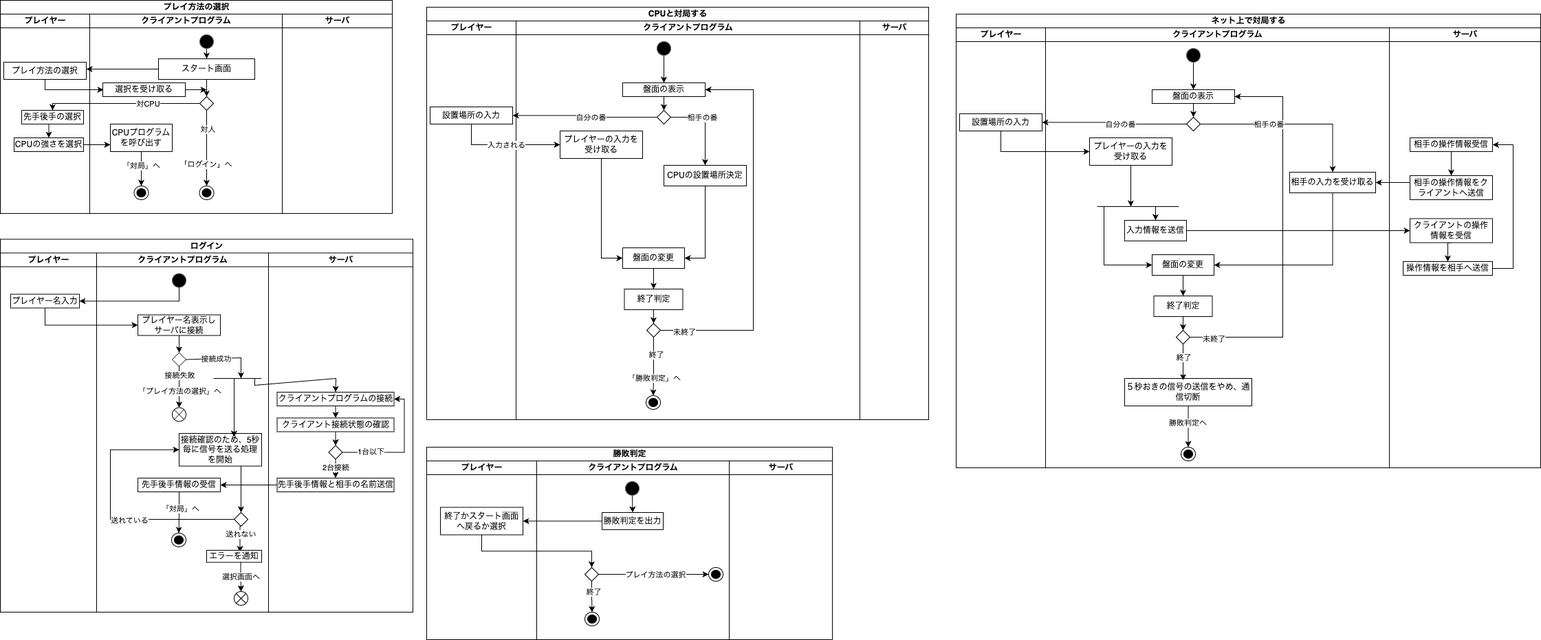
The draw.io diagram 要求仕様書/activity_client.png in ynuOthello2025-group9/YNU_Othello, before a commit. Source tidied: cells renumbered, new cells last; positions are measured from the earlier drawing's top-left corner, leaving out a move shared by most shapes.
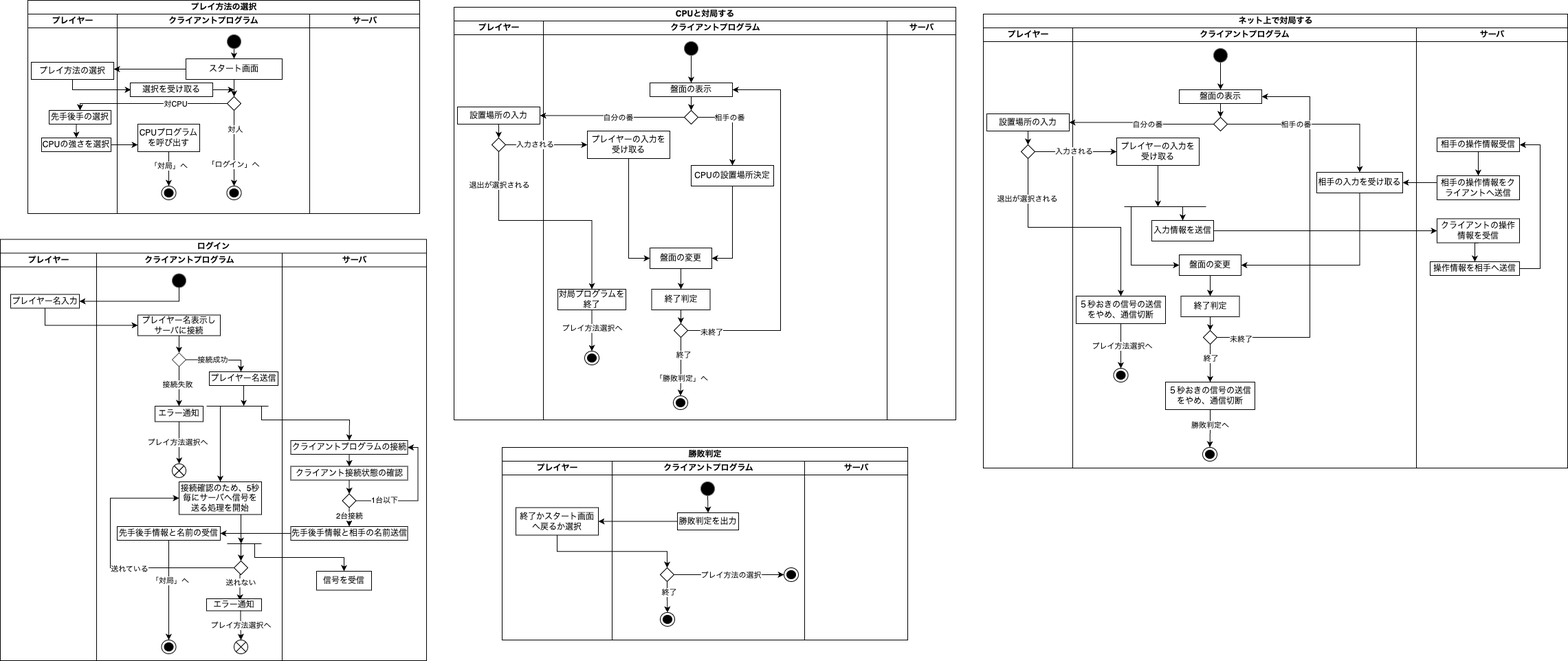
Later version of the same file.

Diff of the diagram source:
```diff
@@ -108,6 +108,6 @@
     <mxCell id="30" value="ログイン" style="swimlane;startSize=20;html=1;" parent="1" vertex="1">
-      <mxGeometry y="347.5" width="600" height="542.5" as="geometry" />
+      <mxGeometry x="-40" y="347.5" width="620" height="612.5" as="geometry" />
     </mxCell>
     <mxCell id="31" value="プレイヤー" style="swimlane;startSize=20;html=1;" parent="30" vertex="1">
-      <mxGeometry y="20" width="140" height="522.5" as="geometry" />
+      <mxGeometry y="20" width="140" height="592.5" as="geometry" />
     </mxCell>
@@ -117,3 +117,3 @@
     <mxCell id="33" value="クライアントプログラム" style="swimlane;startSize=20;html=1;" parent="30" vertex="1">
-      <mxGeometry x="140" y="20" width="250" height="522.5" as="geometry" />
+      <mxGeometry x="140" y="20" width="270" height="592.5" as="geometry" />
     </mxCell>
@@ -124,5 +124,11 @@
       <mxGeometry relative="1" as="geometry">
-        <mxPoint x="119.9" y="225" as="targetPoint" />
+        <mxPoint x="119.9" y="306.3" as="targetPoint" />
       </mxGeometry>
     </mxCell>
+    <mxCell id="171" style="edgeStyle=orthogonalEdgeStyle;rounded=0;jettySize=auto;html=1;exitX=0.5;exitY=1;exitDx=0;exitDy=0;entryX=0.5;entryY=0;entryDx=0;entryDy=0;" parent="33" edge="1" source="36" target="175">
+      <mxGeometry relative="1" as="geometry" />
+    </mxCell>
+    <mxCell id="43" value="接続失敗" style="edgeLabel;html=1;align=center;verticalAlign=middle;" parent="171" vertex="1">
+      <mxGeometry x="-0.09" y="-3" relative="1" as="geometry" />
+    </mxCell>
     <mxCell id="36" style="rhombus;whiteSpace=wrap;html=1;" parent="33" vertex="1">
@@ -142,19 +148,10 @@
     </mxCell>
-    <mxCell id="41" value="先手後手情報の受信" style="rounded=0;whiteSpace=wrap;html=1;" parent="33" vertex="1">
-      <mxGeometry x="60" y="327.5" width="120" height="20" as="geometry" />
+    <mxCell id="41" value="先手後手情報と名前の受信" style="rounded=0;whiteSpace=wrap;html=1;" parent="33" vertex="1">
+      <mxGeometry x="30" y="397.5" width="150" height="20" as="geometry" />
     </mxCell>
-    <mxCell id="42" style="edgeStyle=orthogonalEdgeStyle;rounded=0;jettySize=auto;html=1;exitX=0.5;exitY=1;exitDx=0;exitDy=0;" parent="33" edge="1" source="36" target="45">
-      <mxGeometry relative="1" as="geometry" />
-    </mxCell>
-    <mxCell id="43" value="接続失敗" style="edgeLabel;html=1;align=center;verticalAlign=middle;" parent="42" vertex="1">
-      <mxGeometry x="-0.58" relative="1" as="geometry" />
-    </mxCell>
-    <mxCell id="44" value="「プレイ方法の選択」へ" style="edgeLabel;html=1;align=center;verticalAlign=middle;" parent="42" vertex="1">
-      <mxGeometry x="0.21" relative="1" as="geometry" />
-    </mxCell>
     <mxCell id="45" style="verticalLabelPosition=bottom;verticalAlign=top;html=1;shape=mxgraph.flowchart.or;" parent="33" vertex="1">
-      <mxGeometry x="110" y="225" width="20" height="20" as="geometry" />
+      <mxGeometry x="110" y="306.3" width="20" height="20" as="geometry" />
     </mxCell>
     <mxCell id="46" style="ellipse;html=1;shape=endState;fillColor=#000000;strokeColor=#000000;" parent="33" vertex="1">
-      <mxGeometry x="109" y="407.5" width="21" height="20" as="geometry" />
+      <mxGeometry x="94.5" y="562.5" width="21" height="20" as="geometry" />
     </mxCell>
@@ -162,7 +159,12 @@
       <mxGeometry relative="1" as="geometry">
-        <mxPoint x="210.3" y="382.5" as="targetPoint" />
+        <mxPoint x="210.3" y="452.5" as="targetPoint" />
       </mxGeometry>
     </mxCell>
+    <mxCell id="172" style="edgeStyle=orthogonalEdgeStyle;rounded=0;jettySize=auto;html=1;exitX=0.75;exitY=1;exitDx=0;exitDy=0;" parent="33" edge="1" source="48">
+      <mxGeometry relative="1" as="geometry">
+        <mxPoint x="210.2" y="422.5" as="targetPoint" />
+      </mxGeometry>
+    </mxCell>
-    <mxCell id="48" value="接続確認のため、5秒毎に信号を送る処理を開始" style="rounded=0;whiteSpace=wrap;html=1;" parent="33" vertex="1">
-      <mxGeometry x="120" y="262.5" width="120" height="47.5" as="geometry" />
+    <mxCell id="48" value="接続確認のため、5秒毎にサーバへ信号を送る処理を開始" style="rounded=0;whiteSpace=wrap;html=1;" parent="33" vertex="1">
+      <mxGeometry x="120" y="332.5" width="120" height="47.5" as="geometry" />
     </mxCell>
@@ -171,4 +173,4 @@
         <Array as="points">
-          <mxPoint x="20" y="388" />
-          <mxPoint x="20" y="286" />
+          <mxPoint x="20" y="458" />
+          <mxPoint x="20" y="356" />
         </Array>
@@ -186,12 +188,9 @@
     <mxCell id="53" style="rhombus;whiteSpace=wrap;html=1;" parent="33" vertex="1">
-      <mxGeometry x="200" y="377.5" width="20" height="20" as="geometry" />
+      <mxGeometry x="200" y="447.5" width="20" height="20" as="geometry" />
     </mxCell>
-    <mxCell id="54" style="edgeStyle=orthogonalEdgeStyle;rounded=0;jettySize=auto;html=1;exitX=0.75;exitY=1;exitDx=0;exitDy=0;" parent="33" edge="1" source="48" target="53">
-      <mxGeometry relative="1" as="geometry" />
-    </mxCell>
-    <mxCell id="55" value="エラーを通知" style="rounded=0;whiteSpace=wrap;html=1;" parent="33" vertex="1">
-      <mxGeometry x="160" y="432.5" width="80" height="17.5" as="geometry" />
+    <mxCell id="55" value="エラー通知" style="rounded=0;whiteSpace=wrap;html=1;" parent="33" vertex="1">
+      <mxGeometry x="160" y="502.5" width="80" height="17.5" as="geometry" />
     </mxCell>
     <mxCell id="56" style="verticalLabelPosition=bottom;verticalAlign=top;html=1;shape=mxgraph.flowchart.or;" parent="33" vertex="1">
-      <mxGeometry x="200" y="492.5" width="20" height="20" as="geometry" />
+      <mxGeometry x="200" y="562.5" width="20" height="20" as="geometry" />
     </mxCell>
@@ -200,13 +199,38 @@
     </mxCell>
-    <mxCell id="58" value="選択画面へ" style="edgeLabel;html=1;align=center;verticalAlign=middle;" parent="57" vertex="1">
+    <mxCell id="58" value="プレイ方法選択へ" style="edgeLabel;html=1;align=center;verticalAlign=middle;" parent="57" vertex="1">
       <mxGeometry x="-0.05" relative="1" as="geometry" />
     </mxCell>
+    <mxCell id="169" style="endArrow=none;html=1;rounded=0;" parent="33" edge="1">
+      <mxGeometry relative="1" as="geometry">
+        <mxPoint x="160" y="222.5" as="sourcePoint" />
+        <mxPoint x="250" y="222.5" as="targetPoint" />
+      </mxGeometry>
+    </mxCell>
+    <mxCell id="173" style="edgeStyle=orthogonalEdgeStyle;rounded=0;jettySize=auto;html=1;exitX=0.5;exitY=1;exitDx=0;exitDy=0;" parent="33" edge="1" source="174">
+      <mxGeometry relative="1" as="geometry">
+        <mxPoint x="214.1" y="222.5" as="targetPoint" />
+      </mxGeometry>
+    </mxCell>
+    <mxCell id="174" value="プレイヤー名送信" style="rounded=0;whiteSpace=wrap;html=1;" parent="33" vertex="1">
+      <mxGeometry x="164" y="172.5" width="100" height="20" as="geometry" />
+    </mxCell>
+    <mxCell id="175" value="エラー通知" style="rounded=0;whiteSpace=wrap;html=1;" parent="33" vertex="1">
+      <mxGeometry x="85" y="222.5" width="70" height="22.5" as="geometry" />
+    </mxCell>
+    <mxCell id="176" style="edgeStyle=orthogonalEdgeStyle;rounded=0;jettySize=auto;html=1;exitX=0.5;exitY=1;exitDx=0;exitDy=0;entryX=0.5;entryY=0;entryDx=0;entryDy=0;entryPerimeter=0;" parent="33" edge="1" source="175" target="45">
+      <mxGeometry relative="1" as="geometry" />
+    </mxCell>
+    <mxCell id="177" value="プレイ方法選択へ" style="edgeLabel;html=1;align=center;verticalAlign=middle;" parent="176" vertex="1">
+      <mxGeometry x="-0.02" y="-3" relative="1" as="geometry" />
+    </mxCell>
     <mxCell id="59" value="サーバ" style="swimlane;startSize=20;html=1;" parent="30" vertex="1">
-      <mxGeometry x="390" y="20" width="210" height="522.5" as="geometry" />
+      <mxGeometry x="410" y="20" width="210" height="592.5" as="geometry" />
     </mxCell>
-    <mxCell id="60" style="edgeStyle=orthogonalEdgeStyle;rounded=0;jettySize=auto;html=1;exitX=0.5;exitY=1;exitDx=0;exitDy=0;entryX=0.5;entryY=0;entryDx=0;entryDy=0;" parent="59" edge="1" source="61" target="63">
-      <mxGeometry relative="1" as="geometry" />
+    <mxCell id="60" style="edgeStyle=orthogonalEdgeStyle;rounded=0;jettySize=auto;html=1;entryX=0.5;entryY=0;entryDx=0;entryDy=0;" parent="59" edge="1" target="63">
+      <mxGeometry relative="1" as="geometry">
+        <mxPoint x="100" y="282.5" as="sourcePoint" />
+      </mxGeometry>
     </mxCell>
     <mxCell id="61" value="クライアントプログラムの接続" style="rounded=0;whiteSpace=wrap;html=1;" parent="59" vertex="1">
-      <mxGeometry x="12.5" y="202.5" width="170" height="20" as="geometry" />
+      <mxGeometry x="12.5" y="272.5" width="170" height="20" as="geometry" />
     </mxCell>
@@ -216,3 +240,3 @@
     <mxCell id="63" value="クライアント接続状態の確認" style="rounded=0;whiteSpace=wrap;html=1;" parent="59" vertex="1">
-      <mxGeometry x="12.5" y="240" width="170" height="20" as="geometry" />
+      <mxGeometry x="12.5" y="310" width="170" height="20" as="geometry" />
     </mxCell>
@@ -221,4 +245,4 @@
         <Array as="points">
-          <mxPoint x="197.5" y="290.5" />
-          <mxPoint x="197.5" y="212.5" />
+          <mxPoint x="197.5" y="360.5" />
+          <mxPoint x="197.5" y="282.5" />
         </Array>
@@ -236,6 +260,6 @@
     <mxCell id="68" style="rhombus;whiteSpace=wrap;html=1;" parent="59" vertex="1">
-      <mxGeometry x="87.5" y="280" width="20" height="20" as="geometry" />
+      <mxGeometry x="87.5" y="350" width="20" height="20" as="geometry" />
     </mxCell>
     <mxCell id="69" value="先手後手情報と相手の名前送信" style="rounded=0;whiteSpace=wrap;html=1;" parent="59" vertex="1">
-      <mxGeometry x="12.5" y="327.5" width="170" height="20" as="geometry" />
+      <mxGeometry x="12.5" y="397.5" width="170" height="20" as="geometry" />
     </mxCell>
@@ -243,6 +267,6 @@
       <mxGeometry relative="1" as="geometry">
-        <mxPoint x="-20" y="182.5" as="sourcePoint" />
+        <mxPoint x="-30" y="222.5" as="sourcePoint" />
         <Array as="points">
-          <mxPoint x="-20" y="192.5" />
-          <mxPoint x="98" y="182.5" />
+          <mxPoint x="-30" y="242.5" />
+          <mxPoint x="98" y="242.5" />
         </Array>
@@ -250,2 +274,26 @@
     </mxCell>
+    <mxCell id="178" style="endArrow=none;html=1;rounded=0;" parent="59" edge="1">
+      <mxGeometry relative="1" as="geometry">
+        <mxPoint x="-80" y="422.5" as="sourcePoint" />
+        <mxPoint x="-30" y="422.5" as="targetPoint" />
+      </mxGeometry>
+    </mxCell>
+    <mxCell id="179" style="endArrow=classic;html=1;rounded=0;entryX=0.5;entryY=0;entryDx=0;entryDy=0;" parent="59" edge="1" target="53">
+      <mxGeometry relative="1" as="geometry">
+        <mxPoint x="-60" y="422.5" as="sourcePoint" />
+      </mxGeometry>
+    </mxCell>
+    <mxCell id="180" style="endArrow=classic;html=1;rounded=0;" parent="59" edge="1">
+      <mxGeometry relative="1" as="geometry">
+        <mxPoint x="-40" y="422.5" as="sourcePoint" />
+        <mxPoint x="90" y="462.5" as="targetPoint" />
+        <Array as="points">
+          <mxPoint x="-40" y="442.5" />
+          <mxPoint x="90" y="442.5" />
+        </Array>
+      </mxGeometry>
+    </mxCell>
+    <mxCell id="181" value="信号を受信" style="rounded=0;whiteSpace=wrap;html=1;" parent="59" vertex="1">
+      <mxGeometry x="50" y="462.5" width="80" height="27.5" as="geometry" />
+    </mxCell>
     <mxCell id="71" style="edgeStyle=orthogonalEdgeStyle;rounded=0;jettySize=auto;html=1;exitX=0.5;exitY=1;exitDx=0;exitDy=0;entryX=1;entryY=0.5;entryDx=0;entryDy=0;" parent="30" edge="1" source="34" target="32">
@@ -258,5 +306,5 @@
       <mxGeometry relative="1" as="geometry">
-        <mxPoint x="350" y="202.5" as="targetPoint" />
+        <mxPoint x="350" y="192.5" as="targetPoint" />
         <Array as="points">
-          <mxPoint x="350" y="172.5" />
+          <mxPoint x="350" y="175.5" />
         </Array>
@@ -276,2 +324,5 @@
     </mxCell>
+    <mxCell id="182" style="edgeStyle=orthogonalEdgeStyle;rounded=0;jettySize=auto;html=1;exitX=0.5;exitY=1;exitDx=0;exitDy=0;entryX=0.5;entryY=0;entryDx=0;entryDy=0;" parent="77" edge="1" source="78" target="183">
+      <mxGeometry relative="1" as="geometry" />
+    </mxCell>
     <mxCell id="78" value="設置場所の入力" style="rounded=0;whiteSpace=wrap;html=1;" parent="77" vertex="1">
@@ -279,2 +330,5 @@
     </mxCell>
+    <mxCell id="183" style="rhombus;whiteSpace=wrap;html=1;" parent="77" vertex="1">
+      <mxGeometry x="55" y="170" width="20" height="20" as="geometry" />
+    </mxCell>
     <mxCell id="79" value="クライアントプログラム" style="swimlane;startSize=20;html=1;" parent="76" vertex="1">
@@ -357,2 +411,14 @@
     </mxCell>
+    <mxCell id="184" style="ellipse;html=1;shape=endState;fillColor=#000000;strokeColor=#000000;" parent="79" vertex="1">
+      <mxGeometry x="60" y="480" width="21" height="20" as="geometry" />
+    </mxCell>
+    <mxCell id="185" style="edgeStyle=orthogonalEdgeStyle;rounded=0;jettySize=auto;html=1;exitX=0.5;exitY=1;exitDx=0;exitDy=0;entryX=0.5;entryY=0;entryDx=0;entryDy=0;" parent="79" edge="1" source="187" target="184">
+      <mxGeometry relative="1" as="geometry" />
+    </mxCell>
+    <mxCell id="186" value="プレイ方法選択へ" style="edgeLabel;html=1;align=center;verticalAlign=middle;" parent="185" vertex="1">
+      <mxGeometry x="-0.12" relative="1" as="geometry" />
+    </mxCell>
+    <mxCell id="187" value="対局プログラムを終了" style="rounded=0;whiteSpace=wrap;html=1;" parent="79" vertex="1">
+      <mxGeometry x="21" y="390" width="99" height="30" as="geometry" />
+    </mxCell>
     <mxCell id="102" value="サーバ" style="swimlane;startSize=20;html=1;" parent="76" vertex="1">
@@ -366,10 +432,18 @@
     </mxCell>
-    <mxCell id="105" style="edgeStyle=orthogonalEdgeStyle;rounded=0;jettySize=auto;html=1;exitX=0.5;exitY=1;exitDx=0;exitDy=0;entryX=0;entryY=0.5;entryDx=0;entryDy=0;" parent="76" edge="1" source="78" target="84">
-      <mxGeometry relative="1" as="geometry" />
-    </mxCell>
-    <mxCell id="106" value="入力される" style="edgeLabel;html=1;align=center;verticalAlign=middle;" parent="105" vertex="1">
-      <mxGeometry x="0.01" relative="1" as="geometry" />
-    </mxCell>
+    <mxCell id="188" style="edgeStyle=orthogonalEdgeStyle;rounded=0;jettySize=auto;html=1;exitX=1;exitY=0.5;exitDx=0;exitDy=0;entryX=0;entryY=0.5;entryDx=0;entryDy=0;" parent="76" edge="1" source="183" target="84">
+      <mxGeometry relative="1" as="geometry" />
+    </mxCell>
+    <mxCell id="189" value="入力される" style="edgeLabel;html=1;align=center;verticalAlign=middle;" parent="188" vertex="1">
+      <mxGeometry x="-0.29" y="1" relative="1" as="geometry" />
+    </mxCell>
+    <mxCell id="190" style="edgeStyle=orthogonalEdgeStyle;rounded=0;jettySize=auto;html=1;exitX=0.5;exitY=1;exitDx=0;exitDy=0;entryX=0.5;entryY=0;entryDx=0;entryDy=0;" parent="76" edge="1" source="183" target="187">
+      <mxGeometry relative="1" as="geometry" />
+    </mxCell>
+    <mxCell id="191" value="退出が選択される" style="edgeLabel;html=1;align=center;verticalAlign=middle;" parent="190" vertex="1">
+      <mxGeometry x="-0.72" relative="1" as="geometry">
+        <mxPoint y="1" as="offset" />
+      </mxGeometry>
+    </mxCell>
     <mxCell id="107" value="勝敗判定" style="swimlane;startSize=20;html=1;" parent="1" vertex="1">
-      <mxGeometry x="620" y="650" width="590" height="280" as="geometry" />
+      <mxGeometry x="690" y="650" width="590" height="280" as="geometry" />
     </mxCell>
@@ -429,2 +503,5 @@
     </mxCell>
+    <mxCell id="192" style="edgeStyle=orthogonalEdgeStyle;rounded=0;jettySize=auto;html=1;exitX=0.5;exitY=1;exitDx=0;exitDy=0;entryX=0.5;entryY=0;entryDx=0;entryDy=0;" parent="125" edge="1" source="126" target="193">
+      <mxGeometry relative="1" as="geometry" />
+    </mxCell>
     <mxCell id="126" value="設置場所の入力" style="rounded=0;whiteSpace=wrap;html=1;" parent="125" vertex="1">
@@ -432,2 +509,5 @@
     </mxCell>
+    <mxCell id="193" style="rhombus;whiteSpace=wrap;html=1;" parent="125" vertex="1">
+      <mxGeometry x="55" y="170" width="20" height="20" as="geometry" />
+    </mxCell>
     <mxCell id="127" value="クライアントプログラム" style="swimlane;startSize=20;html=1;" parent="124" vertex="1">
@@ -516,3 +596,3 @@
     <mxCell id="149" value="５秒おきの信号の送信をやめ、通信切断" style="rounded=0;whiteSpace=wrap;html=1;" parent="127" vertex="1">
-      <mxGeometry x="115" y="510" width="185" height="40" as="geometry" />
+      <mxGeometry x="135" y="515" width="130" height="40" as="geometry" />
     </mxCell>
@@ -522,3 +602,3 @@
     <mxCell id="151" style="ellipse;html=1;shape=endState;fillColor=#000000;strokeColor=#000000;" parent="127" vertex="1">
-      <mxGeometry x="197" y="610" width="21" height="20" as="geometry" />
+      <mxGeometry x="189" y="610" width="21" height="20" as="geometry" />
     </mxCell>
@@ -530,3 +610,3 @@
     </mxCell>
-    <mxCell id="154" style="edgeStyle=orthogonalEdgeStyle;rounded=0;jettySize=auto;html=1;exitX=0.5;exitY=1;exitDx=0;exitDy=0;entryX=0.459;entryY=0.067;entryDx=0;entryDy=0;entryPerimeter=0;" parent="127" edge="1" source="144" target="149">
+    <mxCell id="154" style="edgeStyle=orthogonalEdgeStyle;rounded=0;jettySize=auto;html=1;exitX=0.5;exitY=1;exitDx=0;exitDy=0;entryX=0.5;entryY=0;entryDx=0;entryDy=0;" parent="127" edge="1" source="144" target="149">
       <mxGeometry relative="1" as="geometry" />
@@ -538,2 +618,14 @@
     </mxCell>
+    <mxCell id="194" style="edgeStyle=orthogonalEdgeStyle;rounded=0;jettySize=auto;html=1;exitX=0.5;exitY=1;exitDx=0;exitDy=0;entryX=0.5;entryY=0;entryDx=0;entryDy=0;" parent="127" edge="1" source="196" target="197">
+      <mxGeometry relative="1" as="geometry" />
+    </mxCell>
+    <mxCell id="195" value="プレイ方法選択へ" style="edgeLabel;html=1;align=center;verticalAlign=middle;" parent="194" vertex="1">
+      <mxGeometry x="-0.02" y="1" relative="1" as="geometry" />
+    </mxCell>
+    <mxCell id="196" value="５秒おきの信号の送信をやめ、通信切断" style="rounded=0;whiteSpace=wrap;html=1;" parent="127" vertex="1">
+      <mxGeometry x="5" y="390" width="130" height="40" as="geometry" />
+    </mxCell>
+    <mxCell id="197" style="ellipse;html=1;shape=endState;fillColor=#000000;strokeColor=#000000;" parent="127" vertex="1">
+      <mxGeometry x="59.5" y="495" width="21" height="20" as="geometry" />
+    </mxCell>
     <mxCell id="156" value="サーバ" style="swimlane;startSize=20;html=1;" parent="124" vertex="1">
@@ -579,5 +671,2 @@
     </mxCell>
-    <mxCell id="167" style="edgeStyle=orthogonalEdgeStyle;rounded=0;jettySize=auto;html=1;exitX=0.5;exitY=1;exitDx=0;exitDy=0;entryX=0;entryY=0.5;entryDx=0;entryDy=0;" parent="124" edge="1" source="126" target="132">
-      <mxGeometry relative="1" as="geometry" />
-    </mxCell>
     <mxCell id="168" style="edgeStyle=orthogonalEdgeStyle;rounded=0;jettySize=auto;html=1;exitX=1;exitY=0.5;exitDx=0;exitDy=0;entryX=0;entryY=0.5;entryDx=0;entryDy=0;" parent="124" edge="1" source="134" target="160">
@@ -585,11 +674,22 @@
     </mxCell>
-    <mxCell id="169" style="endArrow=none;html=1;rounded=0;" parent="1" edge="1">
-      <mxGeometry relative="1" as="geometry">
-        <mxPoint x="310" y="550" as="sourcePoint" />
-        <mxPoint x="380" y="550" as="targetPoint" />
-      </mxGeometry>
-    </mxCell>
+    <mxCell id="198" style="edgeStyle=orthogonalEdgeStyle;rounded=0;jettySize=auto;html=1;exitX=1;exitY=0.5;exitDx=0;exitDy=0;entryX=0;entryY=0.5;entryDx=0;entryDy=0;" parent="124" edge="1" source="193" target="132">
+      <mxGeometry relative="1" as="geometry" />
+    </mxCell>
+    <mxCell id="199" value="入力される" style="edgeLabel;html=1;align=center;verticalAlign=middle;" parent="198" vertex="1">
+      <mxGeometry x="-0.06" y="1" relative="1" as="geometry" />
+    </mxCell>
+    <mxCell id="200" style="edgeStyle=orthogonalEdgeStyle;rounded=0;jettySize=auto;html=1;exitX=0.5;exitY=1;exitDx=0;exitDy=0;entryX=0.5;entryY=0;entryDx=0;entryDy=0;" parent="124" edge="1" source="193" target="196">
+      <mxGeometry relative="1" as="geometry">
+        <Array as="points">
+          <mxPoint x="65" y="310" />
+          <mxPoint x="200" y="310" />
+        </Array>
+      </mxGeometry>
+    </mxCell>
+    <mxCell id="201" value="退出が選択される" style="edgeLabel;html=1;align=center;verticalAlign=middle;" parent="200" vertex="1">
+      <mxGeometry x="-0.65" y="-2" relative="1" as="geometry" />
+    </mxCell>
-    <mxCell id="170" style="endArrow=classic;html=1;rounded=0;entryX=0.666;entryY=0.105;entryDx=0;entryDy=0;entryPerimeter=0;" parent="1" edge="1" target="48">
+    <mxCell id="170" style="endArrow=classic;html=1;rounded=0;entryX=0.5;entryY=0;entryDx=0;entryDy=0;" parent="1" edge="1" target="48">
       <mxGeometry relative="1" as="geometry">
-        <mxPoint x="340" y="550" as="sourcePoint" />
+        <mxPoint x="280" y="590" as="sourcePoint" />
       </mxGeometry>
```
